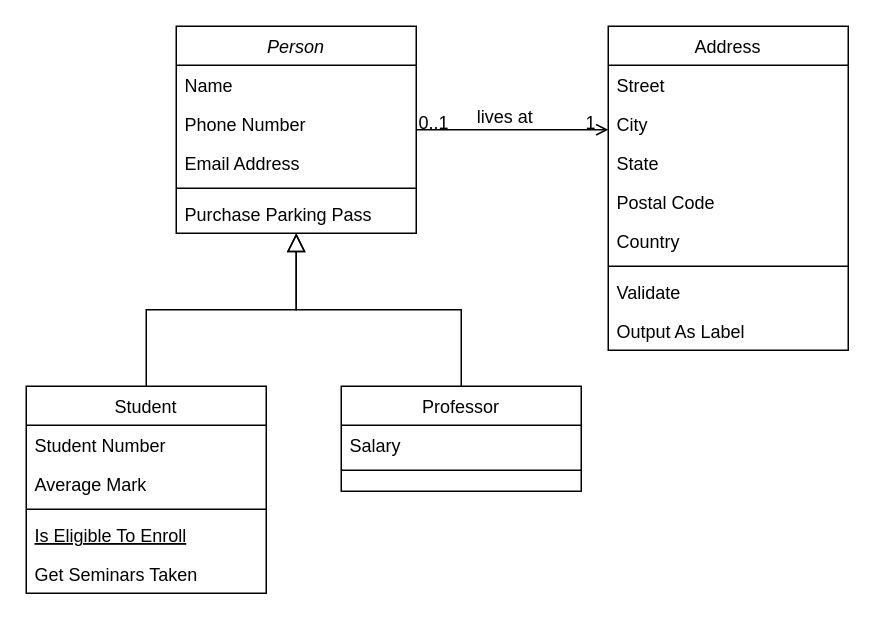
Mohammed-Ben-Cheikh/ProjectFllRouge keeps this draw.io diagram as Diagramme sans nom.drawio. Above is the earlier version. Source tidied: cells renumbered, new cells numbered last; positions are measured from the earlier drawing's top-left corner, leaving out a move shared by most shapes. Both pictures are drawn from the tidied source at 150%, with x=0, y=0 at pixel (26, 26).
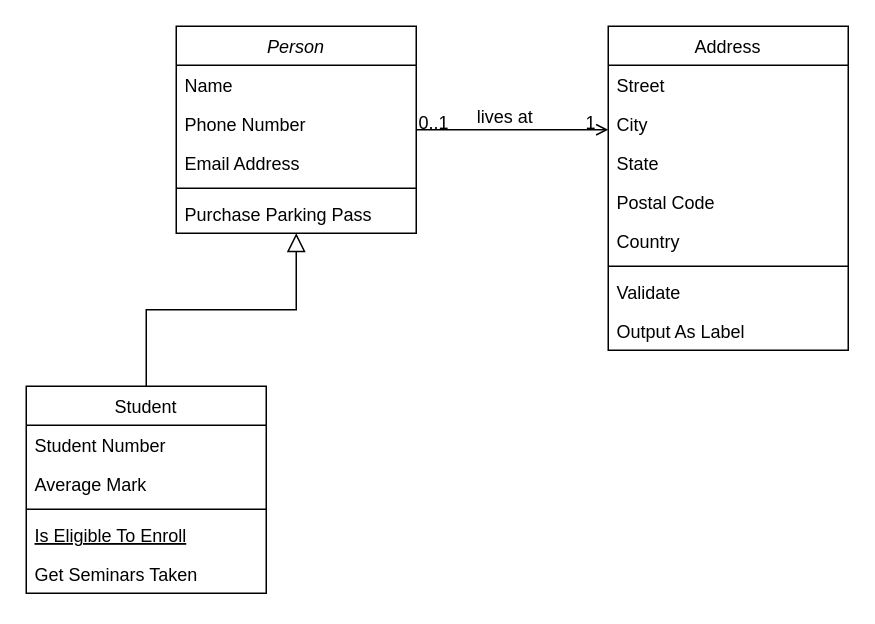
The same diagram, later.

Commit message:
Mettre à jour Diagramme sans nom.drawio

Unchanged cells that the change refers to:
```xml
<mxCell id="2" value="Person" style="swimlane;fontStyle=2;align=center;verticalAlign=top;horizontal=1;startSize=26;rounded=0;shadow=0;strokeWidth=1;" parent="1" vertex="1">
  <mxGeometry x="100" width="160" height="138" as="geometry" />
</mxCell>
```

The edit, as a diff of the source:
```diff
@@
-    <mxCell id="15" value="Professor" style="swimlane;fontStyle=0;align=center;verticalAlign=top;horizontal=1;startSize=26;rounded=0;shadow=0;strokeWidth=1;" parent="1" vertex="1">
-      <mxGeometry x="210" y="240" width="160" height="70" as="geometry" />
-    </mxCell>
-    <mxCell id="16" value="Salary" style="text;align=left;verticalAlign=top;spacingLeft=4;spacingRight=4;overflow=hidden;" parent="15" vertex="1">
-      <mxGeometry y="26" width="160" height="26" as="geometry" />
-    </mxCell>
-    <mxCell id="17" style="line;html=1;strokeWidth=1;align=left;verticalAlign=middle;spacingTop=-1;spacingLeft=3;spacingRight=3;labelPosition=right;" parent="15" vertex="1">
-      <mxGeometry y="52" width="160" height="8" as="geometry" />
-    </mxCell>
-    <mxCell id="18" style="endArrow=block;endSize=10;endFill=0;shadow=0;strokeWidth=1;rounded=0;curved=0;edgeStyle=elbowEdgeStyle;elbow=vertical;" parent="1" edge="1" source="15" target="2">
-      <mxGeometry relative="1" as="geometry" />
-    </mxCell>
```
